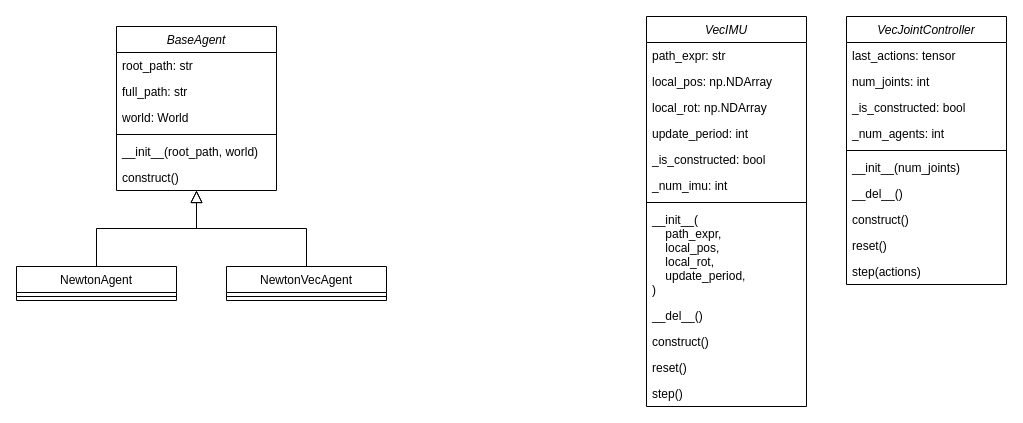
Earlier version of the draw.io diagram newton_simulation_class_diagram.drawio (TheNewtonCapstone/newton-architecture). Source tidied: cells renumbered, new cells numbered last; positions are measured from the earlier drawing's top-left corner, leaving out a move shared by most shapes. Both pictures are drawn from the tidied source at 100%, with x=0, y=0 at pixel (16, 16).
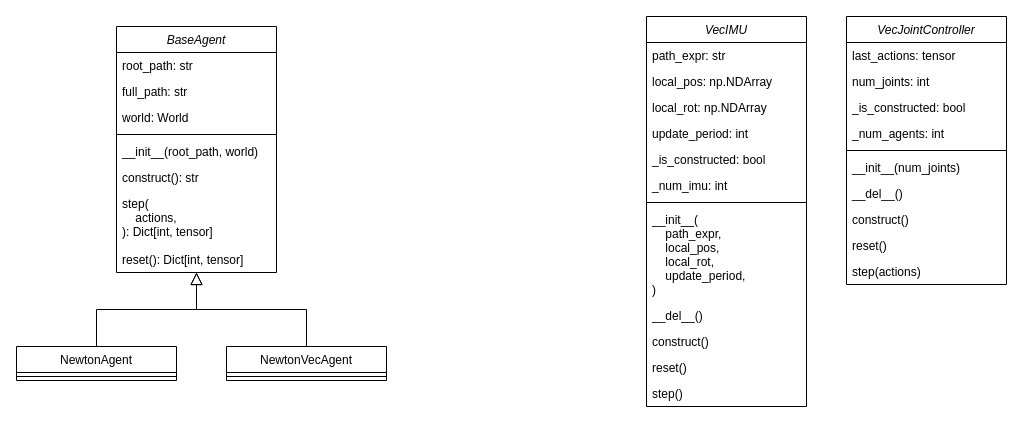
After the change.

Commit message:
Added functions to BaseAgent

Diff of the diagram source:
```diff
@@
     <mxCell id="2" value="BaseAgent" style="swimlane;fontStyle=2;align=center;verticalAlign=top;horizontal=1;startSize=26;rounded=0;shadow=0;strokeWidth=1;" parent="1" vertex="1">
-      <mxGeometry x="100" y="10" width="160" height="164" as="geometry" />
+      <mxGeometry x="100" y="10" width="160" height="246" as="geometry" />
     </mxCell>
@@
-    <mxCell id="8" value="construct()" style="text;align=left;verticalAlign=top;spacingLeft=4;spacingRight=4;overflow=hidden;" parent="2" vertex="1">
+    <mxCell id="8" value="construct(): str" style="text;align=left;verticalAlign=top;spacingLeft=4;spacingRight=4;overflow=hidden;" parent="2" vertex="1">
       <mxGeometry y="138" width="160" height="26" as="geometry" />
     </mxCell>
+    <mxCell id="39" value="step(&#10;    actions,&#10;): Dict[int, tensor]" style="text;align=left;verticalAlign=top;spacingLeft=4;spacingRight=4;overflow=hidden;" parent="2" vertex="1">
+      <mxGeometry y="164" width="160" height="56" as="geometry" />
+    </mxCell>
+    <mxCell id="40" value="reset(): Dict[int, tensor]" style="text;align=left;verticalAlign=top;spacingLeft=4;spacingRight=4;overflow=hidden;" parent="2" vertex="1">
+      <mxGeometry y="220" width="160" height="26" as="geometry" />
+    </mxCell>
     <mxCell id="9" value="NewtonAgent" style="swimlane;fontStyle=0;align=center;verticalAlign=top;horizontal=1;startSize=26;rounded=0;shadow=0;strokeWidth=1;" parent="1" vertex="1">
-      <mxGeometry y="250" width="160" height="34" as="geometry" />
+      <mxGeometry y="330" width="160" height="34" as="geometry" />
     </mxCell>
@@
     <mxCell id="12" value="NewtonVecAgent" style="swimlane;fontStyle=0;align=center;verticalAlign=top;horizontal=1;startSize=26;rounded=0;shadow=0;strokeWidth=1;" parent="1" vertex="1">
-      <mxGeometry x="210" y="250" width="160" height="34" as="geometry" />
+      <mxGeometry x="210" y="330" width="160" height="34" as="geometry" />
     </mxCell>
```
